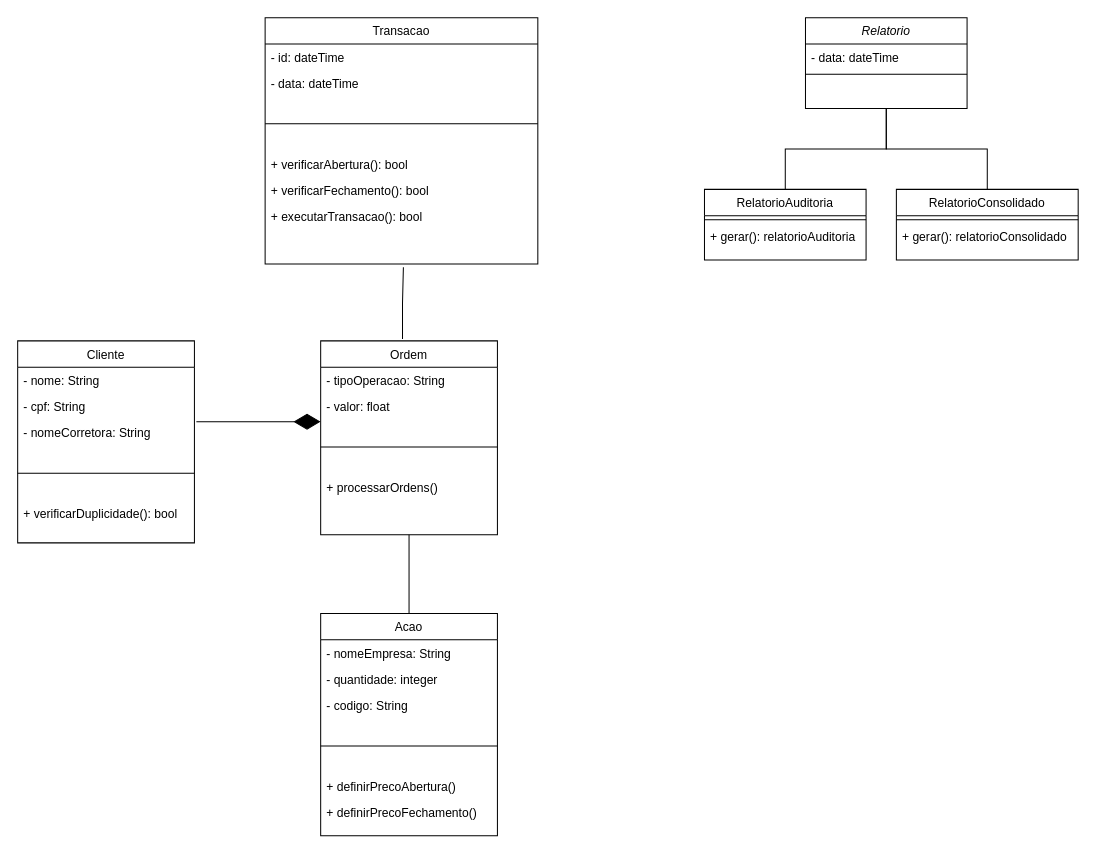
brunoorlandin/StockFEI-DealBroker keeps this draw.io diagram as diagramaClasses2.drawio. Above is the earlier version. Source tidied: cells renumbered, new cells numbered last; positions are measured from the earlier drawing's top-left corner, leaving out a move shared by most shapes. Both pictures are drawn from the tidied source at 101%, with x=0, y=0 at pixel (17, 17).
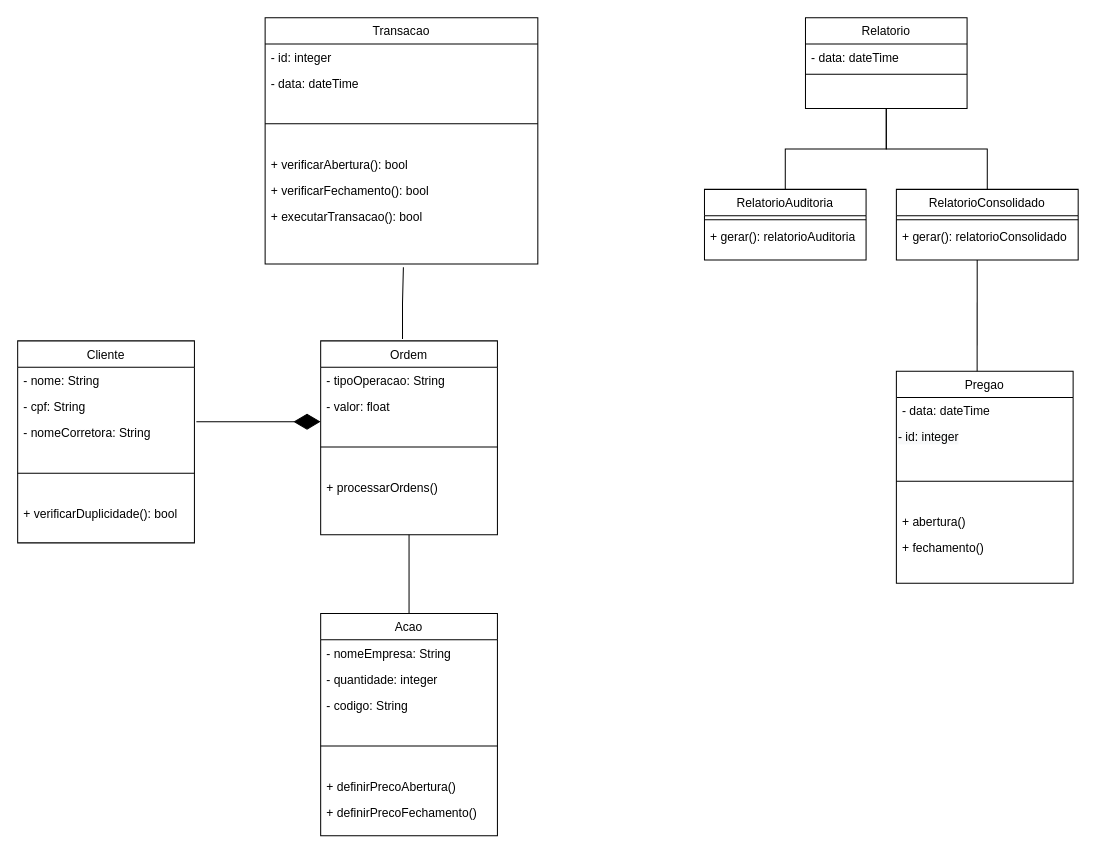
Above is the later version.

Commit message (it also covers changes not shown here):
ajuste diagrama de classes

Unchanged cells that the change refers to:
```xml
<mxCell id="13" value="Transacao" style="swimlane;fontStyle=0;align=center;verticalAlign=top;horizontal=1;startSize=26;rounded=0;shadow=0;strokeWidth=1;" parent="1" vertex="1">
  <mxGeometry x="245" width="270" height="244" as="geometry" />
</mxCell>
```

Change to the diagram source:
```diff
@@
-    <mxCell id="2" value="Relatorio" style="swimlane;fontStyle=2;align=center;verticalAlign=top;horizontal=1;startSize=26;rounded=0;shadow=0;strokeWidth=1;" parent="1" vertex="1">
+    <mxCell id="2" value="Relatorio" style="swimlane;fontStyle=0;align=center;verticalAlign=top;horizontal=1;startSize=26;rounded=0;shadow=0;strokeWidth=1;" parent="1" vertex="1">
       <mxGeometry x="780" width="160" height="90" as="geometry" />
     </mxCell>
@@
-    <mxCell id="14" value="- id: dateTime" style="text;align=left;verticalAlign=top;spacingLeft=4;spacingRight=4;overflow=hidden;rounded=0;shadow=0;html=0;" parent="13" vertex="1">
+    <mxCell id="14" value="- id: integer" style="text;align=left;verticalAlign=top;spacingLeft=4;spacingRight=4;overflow=hidden;rounded=0;shadow=0;html=0;" parent="13" vertex="1">
       <mxGeometry y="26" width="270" height="26" as="geometry" />
     </mxCell>
@@
+    <mxCell id="41" value="Pregao" style="swimlane;fontStyle=0;align=center;verticalAlign=top;horizontal=1;startSize=26;rounded=0;shadow=0;strokeWidth=1;" parent="1" vertex="1">
+      <mxGeometry x="870" y="350" width="175" height="210" as="geometry" />
+    </mxCell>
+    <mxCell id="42" value="- data: dateTime" style="text;align=left;verticalAlign=top;spacingLeft=4;spacingRight=4;overflow=hidden;rounded=0;shadow=0;html=0;" parent="41" vertex="1">
+      <mxGeometry y="26" width="175" height="26" as="geometry" />
+    </mxCell>
+    <mxCell id="43" value="&lt;span style=&quot;color: rgb(0, 0, 0); font-family: Helvetica; font-size: 12px; font-style: normal; font-variant-ligatures: normal; font-variant-caps: normal; font-weight: 400; letter-spacing: normal; orphans: 2; text-align: left; text-indent: 0px; text-transform: none; widows: 2; word-spacing: 0px; -webkit-text-stroke-width: 0px; background-color: rgb(248, 249, 250); text-decoration-thickness: initial; text-decoration-style: initial; text-decoration-color: initial; float: none; display: inline !important;&quot;&gt;- id: integer&lt;/span&gt;" style="text;whiteSpace=wrap;html=1;" parent="41" vertex="1">
+      <mxGeometry y="52" width="175" height="30" as="geometry" />
+    </mxCell>
+    <mxCell id="44" style="line;html=1;strokeWidth=1;align=left;verticalAlign=middle;spacingTop=-1;spacingLeft=3;spacingRight=3;labelPosition=right;" parent="41" vertex="1">
+      <mxGeometry y="82" width="175" height="54" as="geometry" />
+    </mxCell>
+    <mxCell id="45" value="+ abertura()" style="text;align=left;verticalAlign=top;spacingLeft=4;spacingRight=4;overflow=hidden;" parent="41" vertex="1">
+      <mxGeometry y="136" width="175" height="26" as="geometry" />
+    </mxCell>
+    <mxCell id="46" value="+ fechamento()" style="text;align=left;verticalAlign=top;spacingLeft=4;spacingRight=4;overflow=hidden;" parent="41" vertex="1">
+      <mxGeometry y="162" width="175" height="26" as="geometry" />
+    </mxCell>
+    <mxCell id="47" style="endArrow=none;html=1;rounded=0;exitX=0.457;exitY=0;exitDx=0;exitDy=0;exitPerimeter=0;" parent="1" edge="1" source="41">
+      <mxGeometry relative="1" as="geometry">
+        <mxPoint x="950" y="240" as="targetPoint" />
+      </mxGeometry>
+    </mxCell>
```
